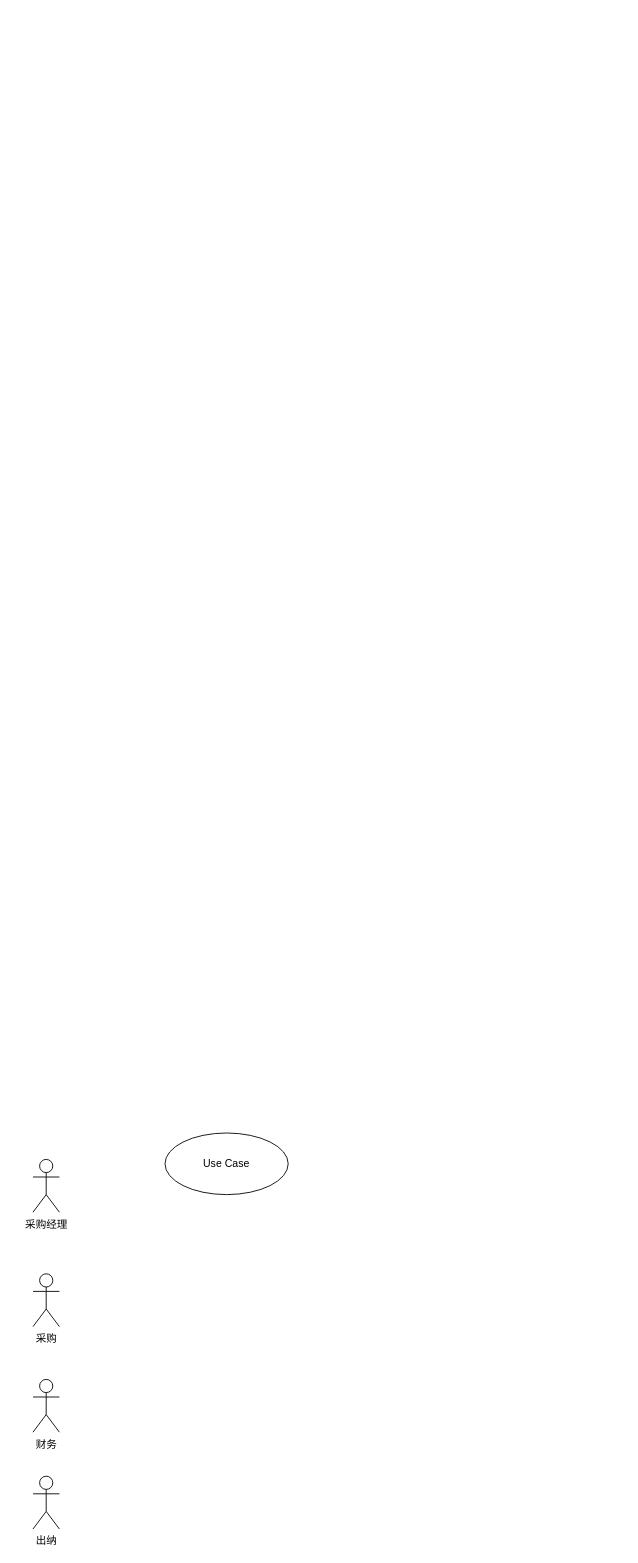
This is page "预付用例" (2 of 4) of 预付流程.drawio from clinkz/whatgithubis, a draw.io file, before an edit. Source tidied: cells renumbered, new cells numbered last; positions are measured from the earlier drawing's top-left corner, leaving out a move shared by most shapes. Both pictures are drawn from the tidied source at 88%, with x=0, y=0 at pixel (33, 1133).
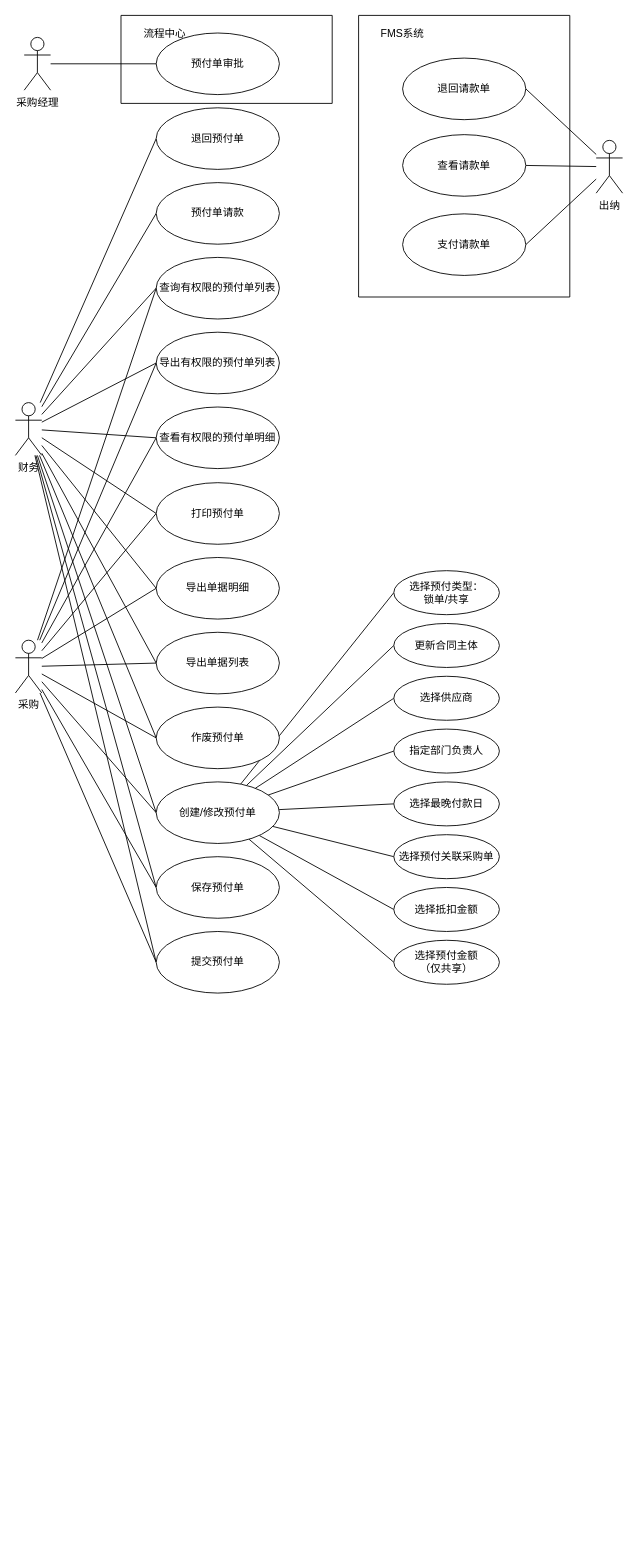
After the change.

Diff of the diagram source:
```diff
@@
+    <mxCell id="7" style="edgeStyle=none;rounded=0;jettySize=auto;html=1;fontColor=#000000;startArrow=none;startFill=0;endArrow=none;endFill=0;strokeColor=#000000;entryX=0;entryY=0.5;entryDx=0;entryDy=0;" parent="1" edge="1" source="2" target="54">
+      <mxGeometry relative="1" as="geometry" />
+    </mxCell>
+    <mxCell id="8" style="edgeStyle=none;rounded=0;jettySize=auto;html=1;entryX=0;entryY=0.5;entryDx=0;entryDy=0;fontColor=#000000;startArrow=none;startFill=0;endArrow=none;endFill=0;strokeColor=#000000;" parent="1" edge="1" source="2" target="46">
+      <mxGeometry relative="1" as="geometry" />
+    </mxCell>
+    <mxCell id="9" style="edgeStyle=none;rounded=0;jettySize=auto;html=1;entryX=0;entryY=0.5;entryDx=0;entryDy=0;fontColor=#000000;startArrow=none;startFill=0;endArrow=none;endFill=0;strokeColor=#000000;" parent="1" edge="1" source="2" target="55">
+      <mxGeometry relative="1" as="geometry" />
+    </mxCell>
+    <mxCell id="10" style="edgeStyle=none;rounded=0;jettySize=auto;html=1;entryX=0;entryY=0.5;entryDx=0;entryDy=0;fontColor=#000000;startArrow=none;startFill=0;endArrow=none;endFill=0;strokeColor=#000000;" parent="1" edge="1" source="2" target="44">
+      <mxGeometry relative="1" as="geometry" />
+    </mxCell>
+    <mxCell id="11" style="edgeStyle=none;rounded=0;jettySize=auto;html=1;entryX=0;entryY=0.5;entryDx=0;entryDy=0;fontColor=#000000;startArrow=none;startFill=0;endArrow=none;endFill=0;strokeColor=#000000;" parent="1" edge="1" source="2" target="45">
+      <mxGeometry relative="1" as="geometry" />
+    </mxCell>
+    <mxCell id="12" style="edgeStyle=none;rounded=0;jettySize=auto;html=1;entryX=0;entryY=0.5;entryDx=0;entryDy=0;fontColor=#000000;startArrow=none;startFill=0;endArrow=none;endFill=0;strokeColor=#000000;" parent="1" edge="1" source="2" target="58">
+      <mxGeometry relative="1" as="geometry" />
+    </mxCell>
+    <mxCell id="13" style="edgeStyle=none;rounded=0;jettySize=auto;html=1;entryX=0;entryY=0.5;entryDx=0;entryDy=0;fontColor=#000000;startArrow=none;startFill=0;endArrow=none;endFill=0;strokeColor=#000000;" parent="1" edge="1" source="2" target="35">
+      <mxGeometry relative="1" as="geometry" />
+    </mxCell>
+    <mxCell id="14" style="edgeStyle=none;rounded=0;jettySize=auto;html=1;entryX=0;entryY=0.5;entryDx=0;entryDy=0;fontColor=#000000;startArrow=none;startFill=0;endArrow=none;endFill=0;strokeColor=#000000;" parent="1" edge="1" source="2" target="34">
+      <mxGeometry relative="1" as="geometry" />
+    </mxCell>
+    <mxCell id="15" style="edgeStyle=none;rounded=0;jettySize=auto;html=1;entryX=0;entryY=0.5;entryDx=0;entryDy=0;fontColor=#000000;startArrow=none;startFill=0;endArrow=none;endFill=0;strokeColor=#000000;" parent="1" edge="1" source="2" target="33">
+      <mxGeometry relative="1" as="geometry" />
+    </mxCell>
+    <mxCell id="16" style="edgeStyle=none;rounded=0;jettySize=auto;html=1;entryX=0;entryY=0.5;entryDx=0;entryDy=0;fontColor=#000000;startArrow=none;startFill=0;endArrow=none;endFill=0;strokeColor=#000000;" parent="1" edge="1" source="2" target="3">
+      <mxGeometry relative="1" as="geometry" />
+    </mxCell>
     <mxCell id="2" value="采购" style="shape=umlActor;verticalLabelPosition=bottom;verticalAlign=top;html=1;shadow=0;fontColor=#000000;" parent="1" vertex="1">
-      <mxGeometry y="160" width="30" height="60" as="geometry" />
+      <mxGeometry x="-20" y="-560" width="30" height="60" as="geometry" />
     </mxCell>
-    <mxCell id="3" value="Use Case" style="ellipse;whiteSpace=wrap;html=1;shadow=0;fontColor=#000000;" parent="1" vertex="1">
-      <mxGeometry x="150" width="140" height="70" as="geometry" />
+    <mxCell id="3" value="查询有权限的预付单列表" style="ellipse;whiteSpace=wrap;html=1;shadow=0;fontColor=#000000;" parent="1" vertex="1">
+      <mxGeometry x="140" y="-995" width="140" height="70" as="geometry" />
     </mxCell>
+    <mxCell id="17" style="edgeStyle=none;rounded=0;jettySize=auto;html=1;entryX=0;entryY=0.5;entryDx=0;entryDy=0;fontColor=#000000;startArrow=none;startFill=0;endArrow=none;endFill=0;strokeColor=#000000;" parent="1" edge="1" source="4" target="45">
+      <mxGeometry relative="1" as="geometry" />
+    </mxCell>
+    <mxCell id="18" style="edgeStyle=none;rounded=0;jettySize=auto;html=1;entryX=0;entryY=0.5;entryDx=0;entryDy=0;fontColor=#000000;startArrow=none;startFill=0;endArrow=none;endFill=0;strokeColor=#000000;" parent="1" edge="1" source="4" target="44">
+      <mxGeometry relative="1" as="geometry" />
+    </mxCell>
+    <mxCell id="19" style="edgeStyle=none;rounded=0;jettySize=auto;html=1;entryX=0;entryY=0.5;entryDx=0;entryDy=0;fontColor=#000000;startArrow=none;startFill=0;endArrow=none;endFill=0;strokeColor=#000000;" parent="1" edge="1" source="4" target="55">
+      <mxGeometry relative="1" as="geometry" />
+    </mxCell>
+    <mxCell id="20" style="edgeStyle=none;rounded=0;jettySize=auto;html=1;entryX=0;entryY=0.5;entryDx=0;entryDy=0;fontColor=#000000;startArrow=none;startFill=0;endArrow=none;endFill=0;strokeColor=#000000;" parent="1" edge="1" source="4" target="54">
+      <mxGeometry relative="1" as="geometry" />
+    </mxCell>
+    <mxCell id="21" style="edgeStyle=none;rounded=0;jettySize=auto;html=1;entryX=0;entryY=0.5;entryDx=0;entryDy=0;fontColor=#000000;startArrow=none;startFill=0;endArrow=none;endFill=0;strokeColor=#000000;" parent="1" edge="1" source="4" target="35">
+      <mxGeometry relative="1" as="geometry" />
+    </mxCell>
+    <mxCell id="22" style="edgeStyle=none;rounded=0;jettySize=auto;html=1;entryX=0;entryY=0.5;entryDx=0;entryDy=0;fontColor=#000000;startArrow=none;startFill=0;endArrow=none;endFill=0;strokeColor=#000000;" parent="1" edge="1" source="4" target="34">
+      <mxGeometry relative="1" as="geometry" />
+    </mxCell>
+    <mxCell id="23" style="edgeStyle=none;rounded=0;jettySize=auto;html=1;entryX=0;entryY=0.5;entryDx=0;entryDy=0;fontColor=#000000;startArrow=none;startFill=0;endArrow=none;endFill=0;strokeColor=#000000;" parent="1" edge="1" source="4" target="33">
+      <mxGeometry relative="1" as="geometry" />
+    </mxCell>
+    <mxCell id="24" style="edgeStyle=none;rounded=0;jettySize=auto;html=1;entryX=0;entryY=0.5;entryDx=0;entryDy=0;fontColor=#000000;startArrow=none;startFill=0;endArrow=none;endFill=0;strokeColor=#000000;" parent="1" edge="1" source="4" target="3">
+      <mxGeometry relative="1" as="geometry" />
+    </mxCell>
+    <mxCell id="25" style="edgeStyle=none;rounded=0;jettySize=auto;html=1;entryX=0;entryY=0.5;entryDx=0;entryDy=0;fontColor=#000000;startArrow=none;startFill=0;endArrow=none;endFill=0;strokeColor=#000000;" parent="1" edge="1" source="4" target="57">
+      <mxGeometry relative="1" as="geometry" />
+    </mxCell>
+    <mxCell id="26" style="edgeStyle=none;rounded=0;jettySize=auto;html=1;entryX=0;entryY=0.5;entryDx=0;entryDy=0;fontColor=#000000;startArrow=none;startFill=0;endArrow=none;endFill=0;strokeColor=#000000;" parent="1" edge="1" source="4" target="58">
+      <mxGeometry relative="1" as="geometry" />
+    </mxCell>
+    <mxCell id="27" style="edgeStyle=none;rounded=0;jettySize=auto;html=1;entryX=0;entryY=0.5;entryDx=0;entryDy=0;fontColor=#000000;startArrow=none;startFill=0;endArrow=none;endFill=0;strokeColor=#000000;" parent="1" edge="1" source="4" target="59">
+      <mxGeometry relative="1" as="geometry" />
+    </mxCell>
+    <mxCell id="28" style="edgeStyle=none;rounded=0;jettySize=auto;html=1;entryX=0;entryY=0.5;entryDx=0;entryDy=0;fontColor=#000000;startArrow=none;startFill=0;endArrow=none;endFill=0;strokeColor=#000000;" parent="1" edge="1" source="4" target="46">
+      <mxGeometry relative="1" as="geometry" />
+    </mxCell>
     <mxCell id="4" value="财务" style="shape=umlActor;verticalLabelPosition=bottom;verticalAlign=top;html=1;shadow=0;fontColor=#000000;" parent="1" vertex="1">
-      <mxGeometry y="280" width="30" height="60" as="geometry" />
+      <mxGeometry x="-20" y="-830" width="30" height="60" as="geometry" />
     </mxCell>
+    <mxCell id="29" style="edgeStyle=none;rounded=0;jettySize=auto;html=1;entryX=1;entryY=0.5;entryDx=0;entryDy=0;fontColor=#000000;startArrow=none;startFill=0;endArrow=none;endFill=0;strokeColor=#000000;" parent="1" edge="1" source="5" target="63">
+      <mxGeometry relative="1" as="geometry" />
+    </mxCell>
+    <mxCell id="30" style="edgeStyle=none;rounded=0;jettySize=auto;html=1;entryX=1;entryY=0.5;entryDx=0;entryDy=0;fontColor=#000000;startArrow=none;startFill=0;endArrow=none;endFill=0;strokeColor=#000000;" parent="1" edge="1" source="5" target="62">
+      <mxGeometry relative="1" as="geometry" />
+    </mxCell>
+    <mxCell id="31" style="edgeStyle=none;rounded=0;jettySize=auto;html=1;entryX=1;entryY=0.5;entryDx=0;entryDy=0;fontColor=#000000;startArrow=none;startFill=0;endArrow=none;endFill=0;strokeColor=#000000;" parent="1" edge="1" source="5" target="64">
+      <mxGeometry relative="1" as="geometry" />
+    </mxCell>
     <mxCell id="5" value="出纳" style="shape=umlActor;verticalLabelPosition=bottom;verticalAlign=top;html=1;shadow=0;fontColor=#000000;" parent="1" vertex="1">
-      <mxGeometry y="390" width="30" height="60" as="geometry" />
+      <mxGeometry x="640" y="-1128" width="30" height="60" as="geometry" />
     </mxCell>
+    <mxCell id="32" style="edgeStyle=none;rounded=0;jettySize=auto;html=1;entryX=0;entryY=0.5;entryDx=0;entryDy=0;fontColor=#000000;startArrow=none;startFill=0;endArrow=none;endFill=0;strokeColor=#000000;" parent="1" edge="1" source="6" target="67">
+      <mxGeometry relative="1" as="geometry" />
+    </mxCell>
     <mxCell id="6" value="采购经理" style="shape=umlActor;verticalLabelPosition=bottom;verticalAlign=top;html=1;shadow=0;fontColor=#000000;" parent="1" vertex="1">
-      <mxGeometry y="30" width="30" height="60" as="geometry" />
+      <mxGeometry x="-10" y="-1245" width="30" height="60" as="geometry" />
     </mxCell>
+    <mxCell id="33" value="导出有权限的预付单列表" style="ellipse;whiteSpace=wrap;html=1;shadow=0;fontColor=#000000;" parent="1" vertex="1">
+      <mxGeometry x="140" y="-910" width="140" height="70" as="geometry" />
+    </mxCell>
+    <mxCell id="34" value="查看有权限的预付单明细" style="ellipse;whiteSpace=wrap;html=1;shadow=0;fontColor=#000000;" parent="1" vertex="1">
+      <mxGeometry x="140" y="-825" width="140" height="70" as="geometry" />
+    </mxCell>
+    <mxCell id="35" value="打印预付单" style="ellipse;whiteSpace=wrap;html=1;shadow=0;fontColor=#000000;" parent="1" vertex="1">
+      <mxGeometry x="140" y="-739" width="140" height="70" as="geometry" />
+    </mxCell>
+    <mxCell id="36" style="edgeStyle=none;rounded=0;jettySize=auto;html=1;entryX=0;entryY=0.5;entryDx=0;entryDy=0;fontColor=#000000;startArrow=none;startFill=0;endArrow=none;endFill=0;strokeColor=#000000;" parent="1" edge="1" source="44" target="47">
+      <mxGeometry relative="1" as="geometry" />
+    </mxCell>
+    <mxCell id="37" style="edgeStyle=none;rounded=0;jettySize=auto;html=1;entryX=0;entryY=0.5;entryDx=0;entryDy=0;fontColor=#000000;startArrow=none;startFill=0;endArrow=none;endFill=0;strokeColor=#000000;" parent="1" edge="1" source="44" target="48">
+      <mxGeometry relative="1" as="geometry" />
+    </mxCell>
+    <mxCell id="38" style="edgeStyle=none;rounded=0;jettySize=auto;html=1;entryX=0;entryY=0.5;entryDx=0;entryDy=0;fontColor=#000000;startArrow=none;startFill=0;endArrow=none;endFill=0;strokeColor=#000000;" parent="1" edge="1" source="44" target="49">
+      <mxGeometry relative="1" as="geometry" />
+    </mxCell>
+    <mxCell id="39" style="edgeStyle=none;rounded=0;jettySize=auto;html=1;entryX=0;entryY=0.5;entryDx=0;entryDy=0;fontColor=#000000;startArrow=none;startFill=0;endArrow=none;endFill=0;strokeColor=#000000;" parent="1" edge="1" source="44" target="50">
+      <mxGeometry relative="1" as="geometry" />
+    </mxCell>
+    <mxCell id="40" style="edgeStyle=none;rounded=0;jettySize=auto;html=1;entryX=0;entryY=0.5;entryDx=0;entryDy=0;fontColor=#000000;startArrow=none;startFill=0;endArrow=none;endFill=0;strokeColor=#000000;" parent="1" edge="1" source="44" target="51">
+      <mxGeometry relative="1" as="geometry" />
+    </mxCell>
+    <mxCell id="41" style="edgeStyle=none;rounded=0;jettySize=auto;html=1;entryX=0;entryY=0.5;entryDx=0;entryDy=0;fontColor=#000000;startArrow=none;startFill=0;endArrow=none;endFill=0;strokeColor=#000000;" parent="1" edge="1" source="44" target="52">
+      <mxGeometry relative="1" as="geometry" />
+    </mxCell>
+    <mxCell id="42" style="edgeStyle=none;rounded=0;jettySize=auto;html=1;entryX=0;entryY=0.5;entryDx=0;entryDy=0;fontColor=#000000;startArrow=none;startFill=0;endArrow=none;endFill=0;strokeColor=#000000;" parent="1" edge="1" source="44" target="53">
+      <mxGeometry relative="1" as="geometry" />
+    </mxCell>
+    <mxCell id="43" style="edgeStyle=none;rounded=0;jettySize=auto;html=1;entryX=0;entryY=0.5;entryDx=0;entryDy=0;fontColor=#000000;startArrow=none;startFill=0;endArrow=none;endFill=0;strokeColor=#000000;" parent="1" edge="1" source="44" target="56">
+      <mxGeometry relative="1" as="geometry" />
+    </mxCell>
+    <mxCell id="44" value="创建/修改预付单" style="ellipse;whiteSpace=wrap;html=1;shadow=0;fontColor=#000000;" parent="1" vertex="1">
+      <mxGeometry x="140" y="-399" width="140" height="70" as="geometry" />
+    </mxCell>
+    <mxCell id="45" value="保存预付单" style="ellipse;whiteSpace=wrap;html=1;shadow=0;fontColor=#000000;" parent="1" vertex="1">
+      <mxGeometry x="140" y="-314" width="140" height="70" as="geometry" />
+    </mxCell>
+    <mxCell id="46" value="提交预付单" style="ellipse;whiteSpace=wrap;html=1;shadow=0;fontColor=#000000;" parent="1" vertex="1">
+      <mxGeometry x="140" y="-229" width="140" height="70" as="geometry" />
+    </mxCell>
+    <mxCell id="47" value="选择预付类型：&lt;br&gt;锁单/共享" style="ellipse;whiteSpace=wrap;html=1;shadow=0;fontColor=#000000;" parent="1" vertex="1">
+      <mxGeometry x="410" y="-639" width="120" height="50" as="geometry" />
+    </mxCell>
+    <mxCell id="48" value="更新合同主体" style="ellipse;whiteSpace=wrap;html=1;shadow=0;fontColor=#000000;" parent="1" vertex="1">
+      <mxGeometry x="410" y="-579" width="120" height="50" as="geometry" />
+    </mxCell>
+    <mxCell id="49" value="选择供应商" style="ellipse;whiteSpace=wrap;html=1;shadow=0;fontColor=#000000;" parent="1" vertex="1">
+      <mxGeometry x="410" y="-519" width="120" height="50" as="geometry" />
+    </mxCell>
+    <mxCell id="50" value="指定部门负责人" style="ellipse;whiteSpace=wrap;html=1;shadow=0;fontColor=#000000;" parent="1" vertex="1">
+      <mxGeometry x="410" y="-459" width="120" height="50" as="geometry" />
+    </mxCell>
+    <mxCell id="51" value="选择最晚付款日" style="ellipse;whiteSpace=wrap;html=1;shadow=0;fontColor=#000000;" parent="1" vertex="1">
+      <mxGeometry x="410" y="-399" width="120" height="50" as="geometry" />
+    </mxCell>
+    <mxCell id="52" value="选择预付关联采购单" style="ellipse;whiteSpace=wrap;html=1;shadow=0;fontColor=#000000;" parent="1" vertex="1">
+      <mxGeometry x="410" y="-339" width="120" height="50" as="geometry" />
+    </mxCell>
+    <mxCell id="53" value="选择抵扣金额" style="ellipse;whiteSpace=wrap;html=1;shadow=0;fontColor=#000000;" parent="1" vertex="1">
+      <mxGeometry x="410" y="-279" width="120" height="50" as="geometry" />
+    </mxCell>
+    <mxCell id="54" value="导出单据明细" style="ellipse;whiteSpace=wrap;html=1;shadow=0;fontColor=#000000;" parent="1" vertex="1">
+      <mxGeometry x="140" y="-654" width="140" height="70" as="geometry" />
+    </mxCell>
+    <mxCell id="55" value="导出单据列表" style="ellipse;whiteSpace=wrap;html=1;shadow=0;fontColor=#000000;" parent="1" vertex="1">
+      <mxGeometry x="140" y="-569" width="140" height="70" as="geometry" />
+    </mxCell>
+    <mxCell id="56" value="选择预付金额&lt;br&gt;（仅共享）" style="ellipse;whiteSpace=wrap;html=1;shadow=0;fontColor=#000000;" parent="1" vertex="1">
+      <mxGeometry x="410" y="-219" width="120" height="50" as="geometry" />
+    </mxCell>
+    <mxCell id="57" value="退回预付单" style="ellipse;whiteSpace=wrap;html=1;shadow=0;fontColor=#000000;" parent="1" vertex="1">
+      <mxGeometry x="140" y="-1165" width="140" height="70" as="geometry" />
+    </mxCell>
+    <mxCell id="58" value="作废预付单" style="ellipse;whiteSpace=wrap;html=1;shadow=0;fontColor=#000000;" parent="1" vertex="1">
+      <mxGeometry x="140" y="-484" width="140" height="70" as="geometry" />
+    </mxCell>
+    <mxCell id="59" value="预付单请款" style="ellipse;whiteSpace=wrap;html=1;shadow=0;fontColor=#000000;" parent="1" vertex="1">
+      <mxGeometry x="140" y="-1080" width="140" height="70" as="geometry" />
+    </mxCell>
+    <mxCell id="60" style="swimlane;startSize=0;shadow=0;fontColor=#000000;" parent="1" vertex="1">
+      <mxGeometry x="370" y="-1270" width="240" height="320" as="geometry" />
+    </mxCell>
+    <mxCell id="61" value="FMS系统" style="text;html=1;strokeColor=none;fillColor=none;align=center;verticalAlign=middle;whiteSpace=wrap;rounded=0;shadow=0;fontColor=#000000;" parent="60" vertex="1">
+      <mxGeometry x="20" y="6" width="60" height="30" as="geometry" />
+    </mxCell>
+    <mxCell id="62" value="查看请款单" style="ellipse;whiteSpace=wrap;html=1;shadow=0;fontColor=#000000;" parent="60" vertex="1">
+      <mxGeometry x="50" y="135.5" width="140" height="70" as="geometry" />
+    </mxCell>
+    <mxCell id="63" value="退回请款单" style="ellipse;whiteSpace=wrap;html=1;shadow=0;fontColor=#000000;" parent="60" vertex="1">
+      <mxGeometry x="50" y="48.5" width="140" height="70" as="geometry" />
+    </mxCell>
+    <mxCell id="64" value="支付请款单" style="ellipse;whiteSpace=wrap;html=1;shadow=0;fontColor=#000000;" parent="60" vertex="1">
+      <mxGeometry x="50" y="225.5" width="140" height="70" as="geometry" />
+    </mxCell>
+    <mxCell id="65" style="swimlane;startSize=0;shadow=0;fontColor=#000000;" parent="1" vertex="1">
+      <mxGeometry x="100" y="-1270" width="240" height="100" as="geometry" />
+    </mxCell>
+    <mxCell id="66" value="流程中心" style="text;html=1;strokeColor=none;fillColor=none;align=center;verticalAlign=middle;whiteSpace=wrap;rounded=0;shadow=0;fontColor=#000000;" parent="65" vertex="1">
+      <mxGeometry x="20" y="6" width="60" height="30" as="geometry" />
+    </mxCell>
+    <mxCell id="67" value="预付单审批" style="ellipse;whiteSpace=wrap;html=1;shadow=0;fontColor=#000000;" parent="65" vertex="1">
+      <mxGeometry x="40" y="20" width="140" height="70" as="geometry" />
+    </mxCell>
```
